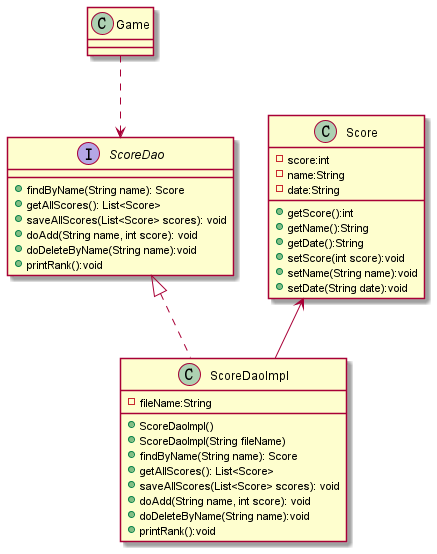
The PlantUML diagram exp1/AircraftWar-base/out/uml/Dao/Dao.png in Wu-Fisher/oop_exp_java, before a commit.
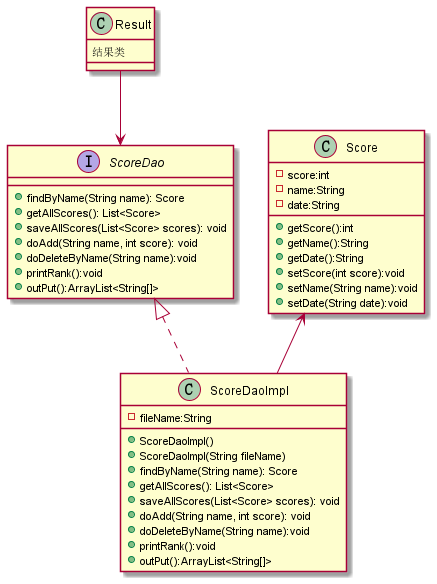
After the change.

What changed in the source:
```diff
@@ -1,7 +1,8 @@
 @startuml
-class Game {
+class Result {
+结果类
 }
-Game ..> ScoreDao
+Result --> ScoreDao
 class Score{
     - score:int
     - name:String
@@ -21,6 +22,7 @@
     + doAdd(String name, int score): void
     + doDeleteByName(String name):void
     + printRank():void
+        + outPut():ArrayList<String[]>
 }
 
 class ScoreDaolmpl implements ScoreDao{
@@ -33,6 +35,7 @@
     + doAdd(String name, int score): void
     + doDeleteByName(String name):void
     + printRank():void
+    + outPut():ArrayList<String[]>
 
 }
 
```
